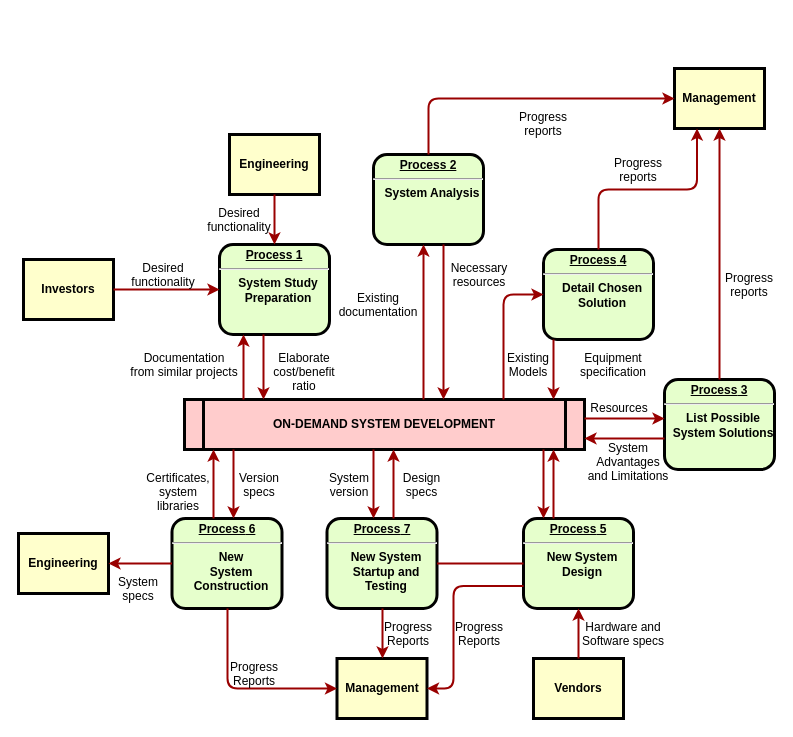
This is Untitled Diagram.drawio from monomosc/diagrams, a draw.io file, before an edit. Source tidied: cells renumbered, new cells numbered last; positions are measured from the earlier drawing's top-left corner, leaving out a move shared by most shapes. Both pictures are drawn from the tidied source at 100%, with x=0, y=0 at pixel (18, 68).
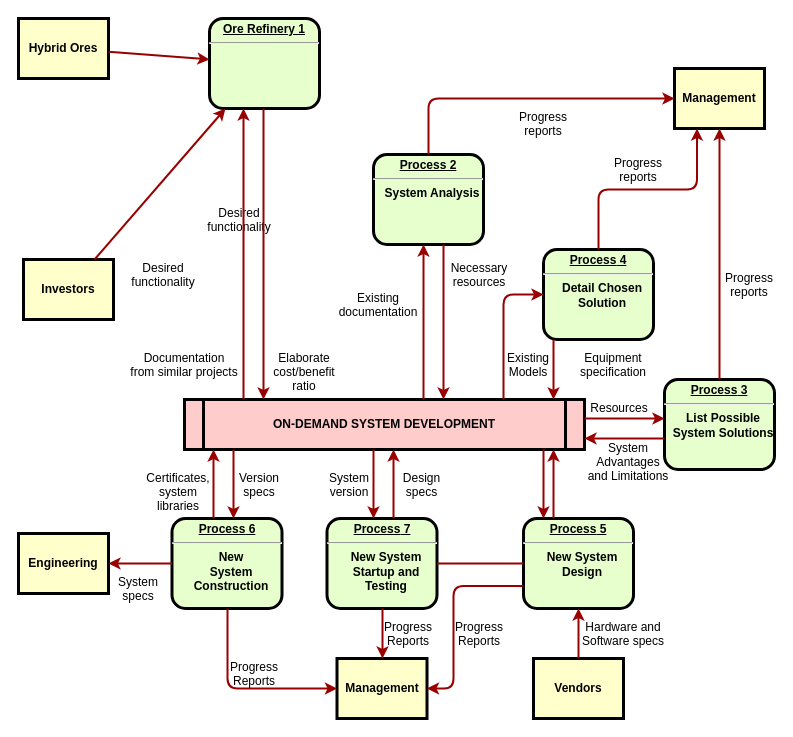
The same diagram, later.

Diff of the diagram source:
```diff
@@
-    <mxCell id="2" value="&lt;p style=&quot;margin: 0px; margin-top: 4px; text-align: center; text-decoration: underline;&quot;&gt;&lt;strong&gt;Process 1&lt;br /&gt;&lt;/strong&gt;&lt;/p&gt;&lt;hr /&gt;&lt;p style=&quot;margin: 0px; margin-left: 8px;&quot;&gt;System Study&lt;/p&gt;&lt;p style=&quot;margin: 0px; margin-left: 8px;&quot;&gt;Preparation&lt;/p&gt;" style="verticalAlign=middle;align=center;overflow=fill;fontSize=12;fontFamily=Helvetica;html=1;rounded=1;fontStyle=1;strokeWidth=3;fillColor=#E6FFCC;" parent="1" vertex="1">
-      <mxGeometry x="201" y="176" width="110" height="90" as="geometry" />
+    <mxCell id="2" value="&lt;p style=&quot;margin: 0px ; margin-top: 4px ; text-align: center ; text-decoration: underline&quot;&gt;&lt;strong&gt;Ore Refinery 1&lt;br&gt;&lt;/strong&gt;&lt;/p&gt;&lt;hr&gt;&lt;p style=&quot;margin: 0px ; margin-left: 8px&quot;&gt;&lt;br&gt;&lt;/p&gt;&lt;p style=&quot;margin: 0px ; margin-left: 8px&quot;&gt;&lt;br&gt;&lt;/p&gt;" style="verticalAlign=middle;align=center;overflow=fill;fontSize=12;fontFamily=Helvetica;html=1;rounded=1;fontStyle=1;strokeWidth=3;fillColor=#E6FFCC;" parent="1" vertex="1">
+      <mxGeometry x="191" y="-50" width="110" height="90" as="geometry" />
     </mxCell>
-    <mxCell id="3" value="Engineering" style="whiteSpace=wrap;align=center;verticalAlign=middle;fontStyle=1;strokeWidth=3;fillColor=#FFFFCC;" parent="1" vertex="1">
-      <mxGeometry x="211" y="66" width="90" height="60" as="geometry" />
+    <mxCell id="3" value="Hybrid Ores" style="whiteSpace=wrap;align=center;verticalAlign=middle;fontStyle=1;strokeWidth=3;fillColor=#FFFFCC;" parent="1" vertex="1">
+      <mxGeometry y="-50" width="90" height="60" as="geometry" />
     </mxCell>
```
